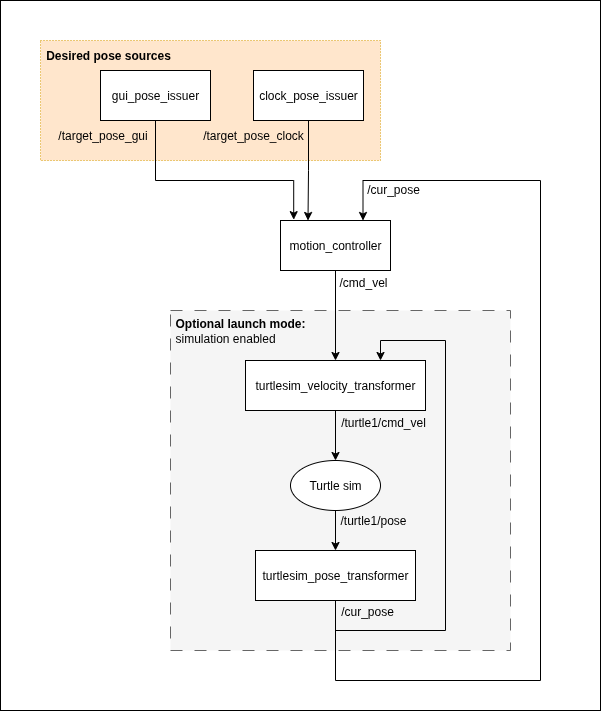
EmiliaPsach/ROS2-Infrastructure-Stack keeps this draw.io diagram as docs/images/packages_topics_connectivity_system_diagram.png. Above is the earlier version. Source tidied: cells renumbered, new cells last; positions are measured from the earlier drawing's top-left corner, leaving out a move shared by most shapes.
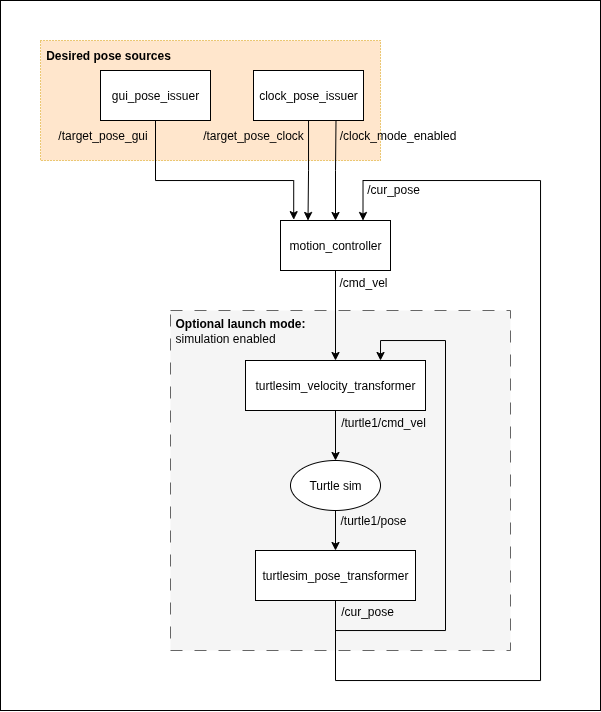
After the commit.

What changed in the source:
```diff
@@ -31,6 +31,9 @@
     <mxCell id="9" style="edgeStyle=orthogonalEdgeStyle;rounded=0;jettySize=auto;html=1;entryX=0.5;entryY=0;entryDx=0;entryDy=0;" parent="1" edge="1" source="10" target="15">
       <mxGeometry relative="1" as="geometry" />
     </mxCell>
+    <mxCell id="27" style="edgeStyle=orthogonalEdgeStyle;rounded=0;jettySize=auto;html=1;entryX=0.75;entryY=1;entryDx=0;entryDy=0;startArrow=classic;startFill=1;endArrow=none;endFill=0;" parent="1" edge="1" source="10" target="8">
+      <mxGeometry relative="1" as="geometry" />
+    </mxCell>
     <mxCell id="10" value="motion_controller" style="rounded=0;whiteSpace=wrap;html=1;" parent="1" vertex="1">
       <mxGeometry x="280" y="220" width="110" height="50" as="geometry" />
     </mxCell>
@@ -96,5 +99,8 @@
     <mxCell id="26" value="&lt;span style=&quot;white-space: normal;&quot;&gt;/cur_pose&lt;/span&gt;" style="text;html=1;align=center;verticalAlign=middle;whiteSpace=wrap;rounded=0;" parent="1" vertex="1">
       <mxGeometry x="363" y="174" width="60" height="30" as="geometry" />
     </mxCell>
+    <mxCell id="28" value="/clock_mode_enabled" style="text;html=1;align=center;verticalAlign=middle;whiteSpace=wrap;rounded=0;" parent="1" vertex="1">
+      <mxGeometry x="335" y="120" width="125" height="30" as="geometry" />
+    </mxCell>
   </root>
 </mxGraphModel>
```
